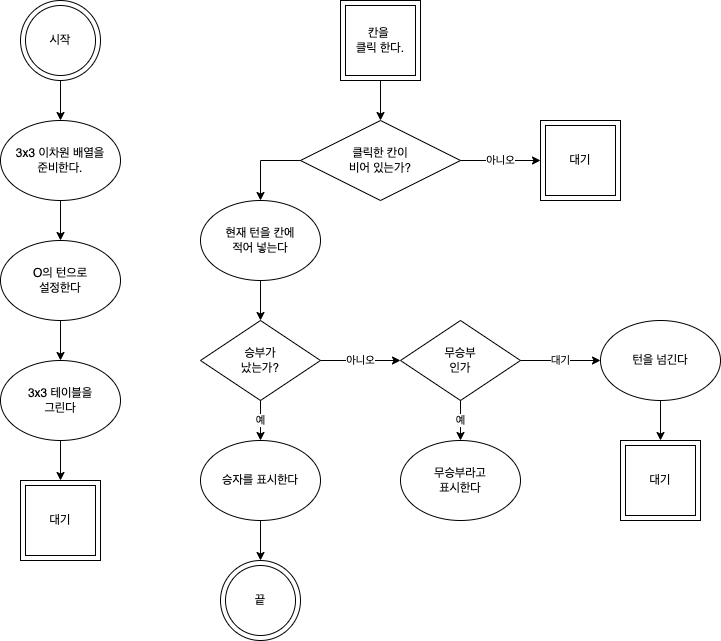
Before: 틱택토/flowChart.png, a diagram exported from draw.io (ornn0601/JS). Source tidied: cells renumbered, new cells last; positions are measured from the earlier drawing's top-left corner, leaving out a move shared by most shapes.
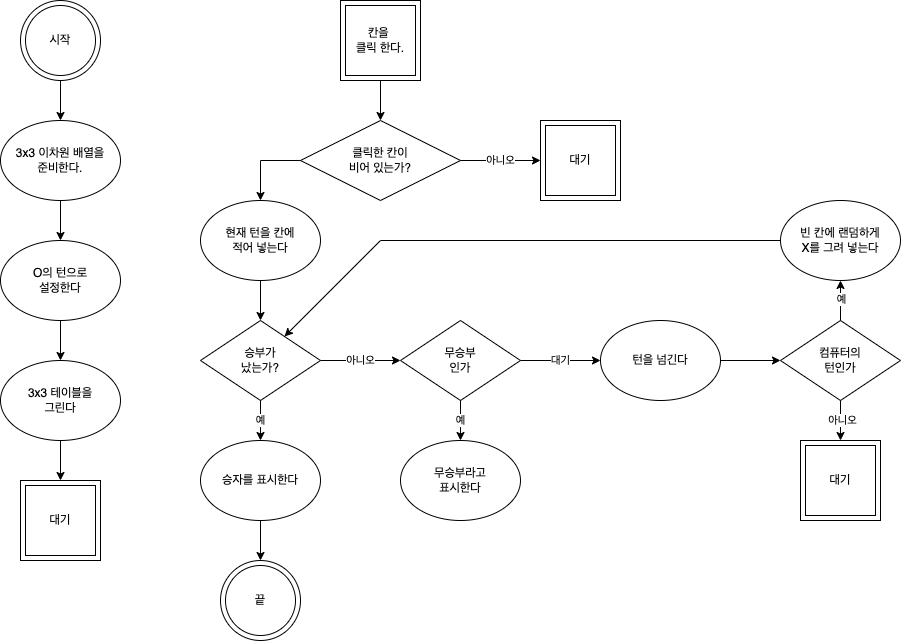
After the commit.

Change to the diagram source:
```diff
@@ -102,17 +102,42 @@
     <mxCell id="33" value="무승부라고&lt;br&gt;표시한다" style="ellipse;whiteSpace=wrap;html=1;fillColor=none;" parent="1" vertex="1">
       <mxGeometry x="400" y="440" width="120" height="80" as="geometry" />
     </mxCell>
-    <mxCell id="34" style="edgeStyle=orthogonalEdgeStyle;rounded=0;jettySize=auto;html=1;entryX=0.5;entryY=0;entryDx=0;entryDy=0;" parent="1" edge="1" source="35" target="36">
-      <mxGeometry relative="1" as="geometry" />
-    </mxCell>
+    <mxCell id="38" style="edgeStyle=orthogonalEdgeStyle;rounded=0;jettySize=auto;html=1;entryX=0;entryY=0.5;entryDx=0;entryDy=0;" parent="1" edge="1" source="35" target="43">
+      <mxGeometry relative="1" as="geometry" />
+    </mxCell>
     <mxCell id="35" value="턴을 넘긴다" style="ellipse;whiteSpace=wrap;html=1;fillColor=none;" parent="1" vertex="1">
       <mxGeometry x="600" y="320" width="120" height="80" as="geometry" />
     </mxCell>
     <mxCell id="36" style="whiteSpace=wrap;html=1;fillColor=none;" parent="1" vertex="1">
-      <mxGeometry x="620" y="440" width="80" height="80" as="geometry" />
+      <mxGeometry x="800" y="440" width="80" height="80" as="geometry" />
     </mxCell>
     <mxCell id="37" value="대기" style="whiteSpace=wrap;html=1;fillColor=none;" parent="1" vertex="1">
-      <mxGeometry x="625" y="445" width="70" height="70" as="geometry" />
+      <mxGeometry x="805" y="445" width="70" height="70" as="geometry" />
     </mxCell>
+    <mxCell id="39" style="edgeStyle=orthogonalEdgeStyle;rounded=0;jettySize=auto;html=1;entryX=0.5;entryY=0;entryDx=0;entryDy=0;" parent="1" edge="1" source="43" target="36">
+      <mxGeometry relative="1" as="geometry" />
+    </mxCell>
+    <mxCell id="40" value="아니오" style="edgeLabel;html=1;align=center;verticalAlign=middle;" parent="39" vertex="1">
+      <mxGeometry x="-0.05" y="1" relative="1" as="geometry" />
+    </mxCell>
+    <mxCell id="41" style="edgeStyle=orthogonalEdgeStyle;rounded=0;jettySize=auto;html=1;entryX=0.5;entryY=1;entryDx=0;entryDy=0;" parent="1" edge="1" source="43" target="44">
+      <mxGeometry relative="1" as="geometry" />
+    </mxCell>
+    <mxCell id="42" value="예" style="edgeLabel;html=1;align=center;verticalAlign=middle;" parent="41" vertex="1">
+      <mxGeometry x="0.1" relative="1" as="geometry" />
+    </mxCell>
+    <mxCell id="43" value="컴퓨터의&lt;br&gt;턴인가" style="rhombus;whiteSpace=wrap;html=1;fillColor=none;" parent="1" vertex="1">
+      <mxGeometry x="780" y="320" width="120" height="80" as="geometry" />
+    </mxCell>
+    <mxCell id="44" value="빈 칸에 랜덤하게&lt;br&gt;X를 그려 넣는다" style="ellipse;whiteSpace=wrap;html=1;fillColor=none;" parent="1" vertex="1">
+      <mxGeometry x="780" y="200" width="120" height="80" as="geometry" />
+    </mxCell>
+    <mxCell id="45" style="endArrow=classic;html=1;rounded=0;exitX=0;exitY=0.5;exitDx=0;exitDy=0;" parent="1" edge="1" source="44" target="25">
+      <mxGeometry relative="1" as="geometry">
+        <Array as="points">
+          <mxPoint x="380" y="240" />
+        </Array>
+      </mxGeometry>
+    </mxCell>
   </root>
 </mxGraphModel>
```
